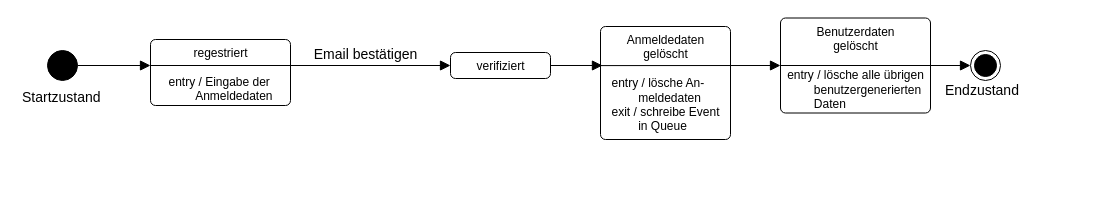
DavidFambach/Abgabe-ASE-Patientenakte keeps this draw.io diagram as Dokumente/Benutzerlebenszyklus/Benutzer Zustandsdiagramm.drawio. Above is the earlier version. Source tidied: cells renumbered, new cells numbered last; positions are measured from the earlier drawing's top-left corner, leaving out a move shared by most shapes. Both pictures are drawn from the tidied source at 100%, with x=0, y=0 at pixel (17, 17).
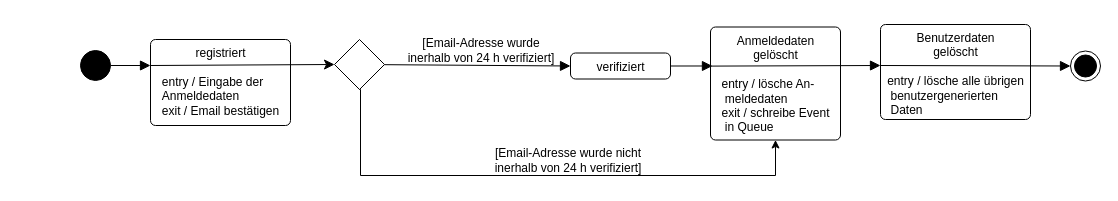
The same page after the edit.

Diff of the diagram source:
```diff
@@
     <mxCell id="2" style="ellipse;fillColor=strokeColor;" parent="1" vertex="1">
-      <mxGeometry x="30" y="33" width="30" height="30" as="geometry" />
+      <mxGeometry x="63" y="33" width="30" height="30" as="geometry" />
     </mxCell>
     <mxCell id="3" style="ellipse;html=1;shape=endState;fillColor=strokeColor;" parent="1" vertex="1">
-      <mxGeometry x="953" y="33" width="30" height="30" as="geometry" />
+      <mxGeometry x="1053" y="33.5" width="30" height="30" as="geometry" />
     </mxCell>
     <mxCell id="4" value="&lt;div&gt;verifiziert&lt;/div&gt;&lt;div&gt;&lt;br&gt;&lt;/div&gt;&lt;div align=&quot;left&quot;&gt;&lt;br&gt;&lt;/div&gt;" style="html=1;align=center;verticalAlign=top;rounded=1;absoluteArcSize=1;arcSize=10;dashed=0;" parent="1" vertex="1">
-      <mxGeometry x="433" y="35" width="100" height="26" as="geometry" />
+      <mxGeometry x="553" y="35.5" width="100" height="26" as="geometry" />
     </mxCell>
-    <mxCell id="5" value="&lt;div&gt;regestriert&lt;/div&gt;&lt;div&gt;&lt;br&gt;&lt;/div&gt;&lt;div align=&quot;left&quot;&gt;entry / Eingabe der &lt;br&gt;&lt;/div&gt;&lt;div align=&quot;left&quot;&gt;&lt;span style=&quot;white-space: pre;&quot;&gt;&#9;&lt;/span&gt;Anmeldedaten&lt;br&gt;&lt;/div&gt;" style="html=1;align=center;verticalAlign=top;rounded=1;absoluteArcSize=1;arcSize=10;dashed=0;" parent="1" vertex="1">
-      <mxGeometry x="133" y="22" width="140" height="66" as="geometry" />
+    <mxCell id="5" value="&lt;div&gt;registriert&lt;/div&gt;&lt;div&gt;&lt;br&gt;&lt;/div&gt;&lt;div align=&quot;left&quot;&gt;entry / Eingabe der &lt;br&gt;&lt;/div&gt;&lt;div align=&quot;left&quot;&gt;&lt;span style=&quot;&quot;&gt; &lt;/span&gt;&lt;span style=&quot;&quot;&gt; &lt;/span&gt;Anmeldedaten&lt;/div&gt;&lt;div align=&quot;left&quot;&gt;exit / Email bestätigen&lt;/div&gt;" style="html=1;align=center;verticalAlign=top;rounded=1;absoluteArcSize=1;arcSize=10;dashed=0;" parent="1" vertex="1">
+      <mxGeometry x="133" y="22" width="140" height="86" as="geometry" />
     </mxCell>
-    <mxCell id="6" value="&lt;div&gt;Anmeldedaten &lt;br&gt;&lt;/div&gt;&lt;div&gt;gelöscht&lt;/div&gt;&lt;div&gt;&lt;br&gt;&lt;/div&gt;&lt;div align=&quot;left&quot;&gt;entry / lösche An-&lt;/div&gt;&lt;div align=&quot;left&quot;&gt;&lt;span style=&quot;&quot;&gt;&#9;&lt;/span&gt;&lt;span style=&quot;white-space: pre;&quot;&gt;&#9;&lt;/span&gt;meldedaten&lt;/div&gt;&lt;div align=&quot;left&quot;&gt;exit / schreibe Event &lt;br&gt;&lt;/div&gt;&lt;div align=&quot;left&quot;&gt;&lt;span style=&quot;white-space: pre;&quot;&gt;&#9;&lt;/span&gt;in Queue&lt;/div&gt;" style="html=1;align=center;verticalAlign=top;rounded=1;absoluteArcSize=1;arcSize=10;dashed=0;" parent="1" vertex="1">
-      <mxGeometry x="583" y="9" width="130" height="113" as="geometry" />
+    <mxCell id="6" value="&lt;div&gt;Anmeldedaten &lt;br&gt;&lt;/div&gt;&lt;div&gt;gelöscht&lt;/div&gt;&lt;div&gt;&lt;br&gt;&lt;/div&gt;&lt;div align=&quot;left&quot;&gt;entry / lösche An-&lt;/div&gt;&lt;div align=&quot;left&quot;&gt;&lt;span style=&quot;&quot;&gt; &lt;/span&gt;&lt;span style=&quot;white-space: pre;&quot;&gt; &lt;/span&gt;meldedaten&lt;/div&gt;&lt;div align=&quot;left&quot;&gt;exit / schreibe Event &lt;br&gt;&lt;/div&gt;&lt;div align=&quot;left&quot;&gt;&lt;span style=&quot;white-space: pre;&quot;&gt; &lt;/span&gt;in Queue&lt;/div&gt;" style="html=1;align=center;verticalAlign=top;rounded=1;absoluteArcSize=1;arcSize=10;dashed=0;" parent="1" vertex="1">
+      <mxGeometry x="693" y="9.5" width="130" height="113" as="geometry" />
     </mxCell>
-    <mxCell id="7" value="&lt;div&gt;Benutzerdaten &lt;br&gt;&lt;/div&gt;&lt;div&gt;gelöscht&lt;/div&gt;&lt;div&gt;&lt;br&gt;&lt;/div&gt;&lt;div align=&quot;left&quot;&gt;entry / lösche alle übrigen&lt;br&gt;&lt;/div&gt;&lt;div align=&quot;left&quot;&gt;&lt;span style=&quot;white-space: pre;&quot;&gt;&#9;&lt;/span&gt;benutzergenerierten&lt;/div&gt;&lt;div align=&quot;left&quot;&gt;&lt;span style=&quot;white-space: pre;&quot;&gt;&#9;&lt;/span&gt;Daten&lt;br&gt;&lt;/div&gt;" style="html=1;align=center;verticalAlign=top;rounded=1;absoluteArcSize=1;arcSize=10;dashed=0;" parent="1" vertex="1">
-      <mxGeometry x="763" y="0.5" width="150" height="95" as="geometry" />
+    <mxCell id="7" value="&lt;div&gt;Benutzerdaten &lt;br&gt;&lt;/div&gt;&lt;div&gt;gelöscht&lt;/div&gt;&lt;div&gt;&lt;br&gt;&lt;/div&gt;&lt;div align=&quot;left&quot;&gt;entry / lösche alle übrigen&lt;br&gt;&lt;/div&gt;&lt;div align=&quot;left&quot;&gt;&lt;span style=&quot;white-space: pre;&quot;&gt; &lt;/span&gt;benutzergenerierten&lt;/div&gt;&lt;div align=&quot;left&quot;&gt;&lt;span style=&quot;white-space: pre;&quot;&gt; &lt;/span&gt;Daten&lt;br&gt;&lt;/div&gt;" style="html=1;align=center;verticalAlign=top;rounded=1;absoluteArcSize=1;arcSize=10;dashed=0;" parent="1" vertex="1">
+      <mxGeometry x="863" y="7" width="150" height="95" as="geometry" />
     </mxCell>
-    <mxCell id="8" value="&lt;div&gt;&lt;br&gt;&lt;/div&gt;&lt;div&gt;&lt;font style=&quot;font-size: 14px;&quot;&gt;Startzustand&lt;/font&gt;&lt;br&gt;&lt;/div&gt;" style="text;html=1;strokeColor=none;fillColor=none;spacing=5;spacingTop=-20;whiteSpace=wrap;overflow=hidden;rounded=0;" parent="1" vertex="1">
-      <mxGeometry y="68" width="90" height="30" as="geometry" />
-    </mxCell>
@@
-    <mxCell id="11" style="endArrow=block;startArrow=none;endFill=1;startFill=0;endSize=8;html=1;verticalAlign=bottom;labelBackgroundColor=none;strokeWidth=1;rounded=0;fontSize=14;exitX=0;exitY=0.5;exitDx=0;exitDy=0;entryX=0;entryY=0.5;entryDx=0;entryDy=0;" parent="1" edge="1" source="7" target="3">
-      <mxGeometry relative="1" as="geometry" />
+    <mxCell id="11" style="endArrow=block;startArrow=none;endFill=1;startFill=0;endSize=8;html=1;verticalAlign=bottom;labelBackgroundColor=none;strokeWidth=1;rounded=0;fontSize=14;entryX=0;entryY=0.5;entryDx=0;entryDy=0;" parent="1" edge="1" target="3">
+      <mxGeometry relative="1" as="geometry">
+        <mxPoint x="863" y="48" as="sourcePoint" />
+      </mxGeometry>
     </mxCell>
-    <mxCell id="12" value="Email bestätigen" style="html=1;verticalAlign=bottom;labelBackgroundColor=none;endArrow=block;endFill=1;rounded=0;fontSize=14;entryX=0;entryY=0.5;entryDx=0;entryDy=0;strokeWidth=1;endSize=8;" parent="1" edge="1" target="4">
-      <mxGeometry x="0.43" relative="1" as="geometry">
-        <mxPoint x="133" y="48" as="sourcePoint" />
-      </mxGeometry>
+    <mxCell id="12" style="html=1;verticalAlign=bottom;labelBackgroundColor=none;endArrow=block;endFill=1;rounded=0;fontSize=14;entryX=0;entryY=0.5;entryDx=0;entryDy=0;strokeWidth=1;endSize=8;startArrow=none;" parent="1" edge="1" source="16" target="4">
+      <mxGeometry x="0.43" relative="1" as="geometry" />
     </mxCell>
-    <mxCell id="13" style="html=1;verticalAlign=bottom;labelBackgroundColor=none;endArrow=block;endFill=1;rounded=0;fontSize=14;entryX=0;entryY=0.5;entryDx=0;entryDy=0;strokeWidth=1;endSize=8;exitX=0.002;exitY=0.346;exitDx=0;exitDy=0;exitPerimeter=0;" parent="1" edge="1" source="6" target="7">
-      <mxGeometry x="0.27" relative="1" as="geometry" />
+    <mxCell id="13" style="html=1;verticalAlign=bottom;labelBackgroundColor=none;endArrow=block;endFill=1;rounded=0;fontSize=14;strokeWidth=1;endSize=8;exitX=0.002;exitY=0.346;exitDx=0;exitDy=0;exitPerimeter=0;" parent="1" edge="1" source="6">
+      <mxGeometry x="0.27" relative="1" as="geometry">
+        <mxPoint x="863" y="48" as="targetPoint" />
+      </mxGeometry>
     </mxCell>
-    <mxCell id="14" value="&lt;div&gt;&lt;br&gt;&lt;/div&gt;&lt;div&gt;&lt;font style=&quot;font-size: 14px;&quot;&gt;Endzustand&lt;/font&gt;&lt;br&gt;&lt;/div&gt;" style="text;html=1;strokeColor=none;fillColor=none;spacing=5;spacingTop=-20;whiteSpace=wrap;overflow=hidden;rounded=0;" parent="1" vertex="1">
-      <mxGeometry x="923" y="61" width="90" height="30" as="geometry" />
-    </mxCell>
+    <mxCell id="15" style="edgeStyle=orthogonalEdgeStyle;rounded=0;jettySize=auto;html=1;startArrow=none;startFill=0;endArrow=classic;endFill=1;exitX=0.5;exitY=1;exitDx=0;exitDy=0;entryX=0.5;entryY=1;entryDx=0;entryDy=0;" parent="1" edge="1" source="16" target="6">
+      <mxGeometry relative="1" as="geometry">
+        <Array as="points">
+          <mxPoint x="343" y="158" />
+          <mxPoint x="758" y="158" />
+        </Array>
+      </mxGeometry>
+    </mxCell>
+    <mxCell id="16" style="rhombus;whiteSpace=wrap;html=1;" parent="1" vertex="1">
+      <mxGeometry x="317" y="22" width="50" height="50" as="geometry" />
+    </mxCell>
+    <mxCell id="17" style="html=1;verticalAlign=bottom;labelBackgroundColor=none;endArrow=classic;endFill=1;rounded=0;fontSize=14;entryX=0;entryY=0.5;entryDx=0;entryDy=0;strokeWidth=1;endSize=8;startArrow=none;startFill=0;" parent="1" edge="1" target="16">
+      <mxGeometry x="0.43" relative="1" as="geometry">
+        <mxPoint x="133" y="48" as="sourcePoint" />
+      </mxGeometry>
+    </mxCell>
+    <mxCell id="18" value="[Email-Adresse wurde inerhalb von 24 h verifiziert]" style="text;html=1;strokeColor=none;fillColor=none;align=center;verticalAlign=middle;whiteSpace=wrap;rounded=0;" parent="1" vertex="1">
+      <mxGeometry x="389" y="18" width="150" height="30" as="geometry" />
+    </mxCell>
+    <mxCell id="19" style="edgeStyle=orthogonalEdgeStyle;rounded=0;orthogonalLoop=1;jettySize=auto;html=1;exitX=0.5;exitY=1;exitDx=0;exitDy=0;startArrow=none;startFill=0;endArrow=classic;endFill=1;" parent="1" edge="1" source="16" target="16">
+      <mxGeometry relative="1" as="geometry" />
+    </mxCell>
+    <mxCell id="20" value="[Email-Adresse wurde nicht inerhalb von 24 h verifiziert]" style="text;html=1;strokeColor=none;fillColor=none;align=center;verticalAlign=middle;whiteSpace=wrap;rounded=0;" parent="1" vertex="1">
+      <mxGeometry x="473" y="128" width="156" height="30" as="geometry" />
+    </mxCell>
```
